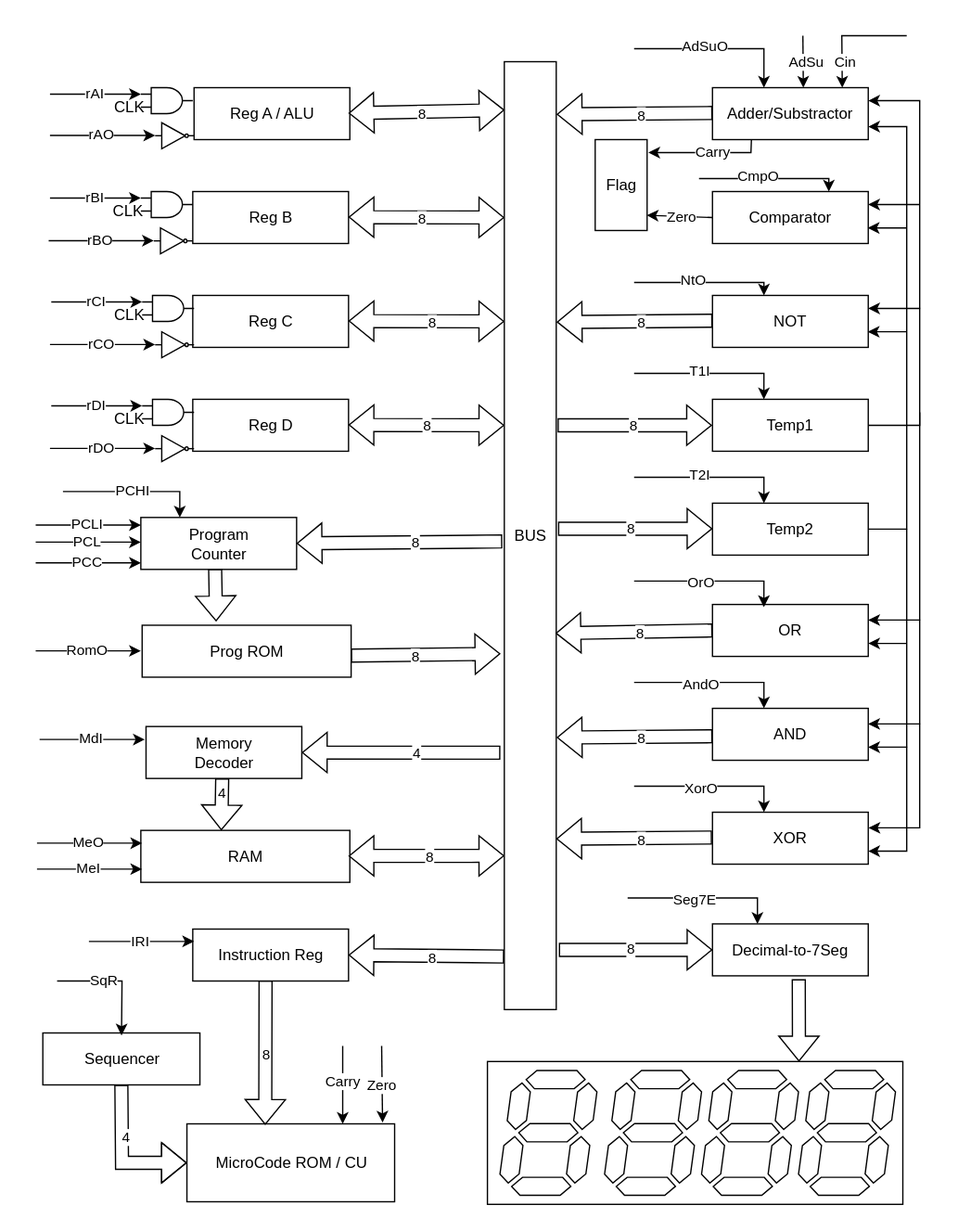
This is Images/BlockDiagram/TopLevelArchitecture.svg from arghyabi/Computer8Bit, a draw.io export, as it was before one commit. Source tidied: cells renumbered, new cells last; positions are measured from the earlier drawing's top-left corner, leaving out a move shared by most shapes.
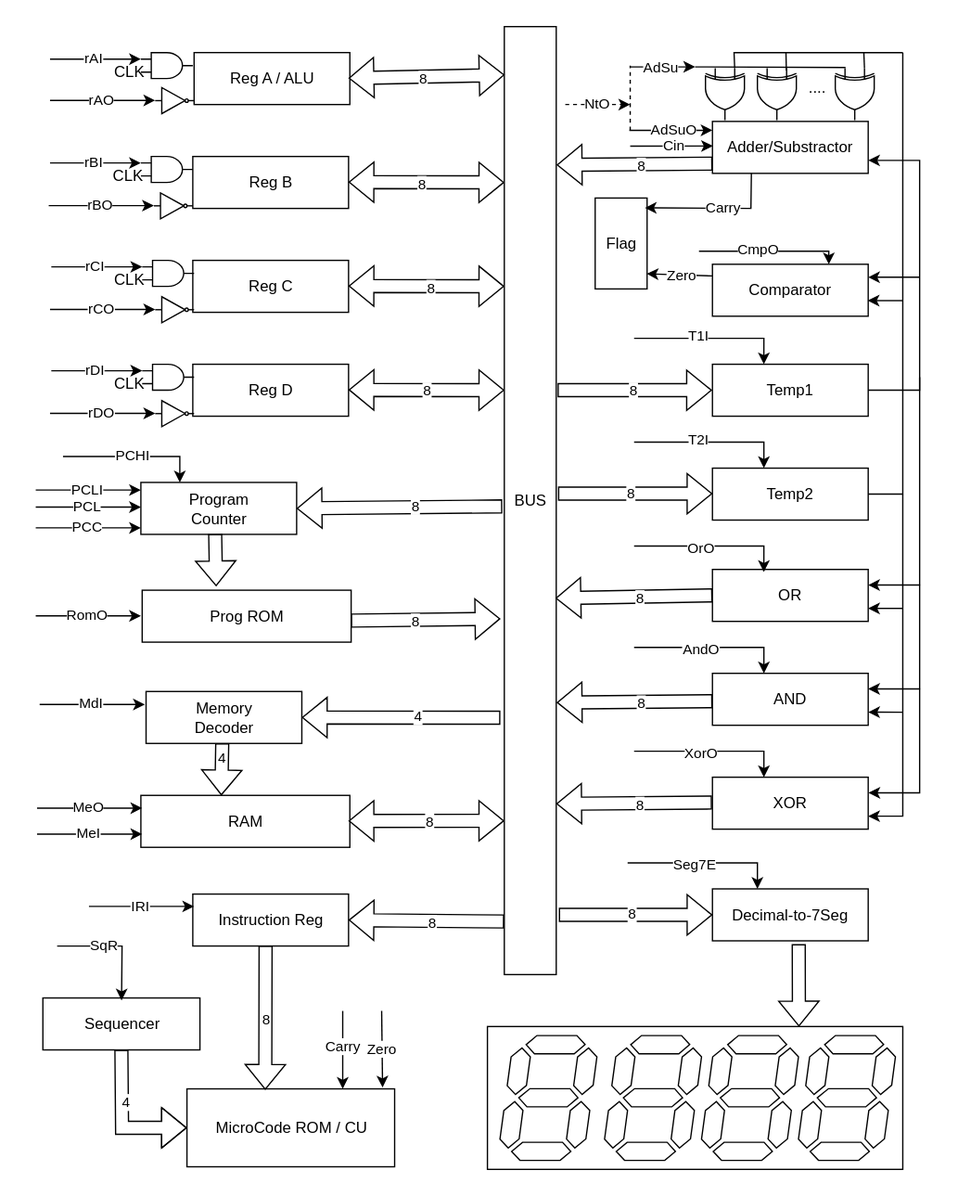
Above is the later version.

Commit message:
Update signalInfo doc and update block diagram for NtO signal (#55)

What changed in the source:
```diff
@@ -6,7 +6,7 @@
       <mxGeometry x="361" y="20" width="40" height="730" as="geometry" />
     </mxCell>
     <mxCell id="3" value="Adder/Substractor" style="rounded=0;whiteSpace=wrap;html=1;" parent="1" vertex="1">
-      <mxGeometry x="521.4" y="40" width="120" height="40" as="geometry" />
+      <mxGeometry x="521.4" y="93" width="120" height="40" as="geometry" />
     </mxCell>
     <mxCell id="4" value="Reg A / ALU" style="rounded=0;whiteSpace=wrap;html=1;" parent="1" vertex="1">
       <mxGeometry x="122" y="40" width="120" height="40" as="geometry" />
@@ -77,13 +77,12 @@
       <mxGeometry width="320" height="110" as="geometry" />
     </mxCell>
     <mxCell id="23" value="Flag" style="rounded=0;whiteSpace=wrap;html=1;" parent="1" vertex="1">
-      <mxGeometry x="431" y="80" width="40" height="70" as="geometry" />
+      <mxGeometry x="431" y="152" width="40" height="70" as="geometry" />
     </mxCell>
-    <mxCell id="24" style="endArrow=classic;html=1;rounded=0;exitX=0.25;exitY=1;exitDx=0;exitDy=0;" parent="1" edge="1" source="3">
+    <mxCell id="24" style="endArrow=classic;html=1;rounded=0;exitX=0.25;exitY=1;exitDx=0;exitDy=0;entryX=0.957;entryY=0.108;entryDx=0;entryDy=0;entryPerimeter=0;" parent="1" edge="1" source="3" target="23">
       <mxGeometry relative="1" as="geometry">
-        <mxPoint x="472" y="90" as="targetPoint" />
         <Array as="points">
-          <mxPoint x="551" y="90" />
+          <mxPoint x="551" y="160" />
         </Array>
       </mxGeometry>
     </mxCell>
@@ -125,17 +124,16 @@
       <mxGeometry x="-0.15" y="-1" relative="1" as="geometry" />
     </mxCell>
     <mxCell id="35" value="Comparator" style="rounded=0;whiteSpace=wrap;html=1;" parent="1" vertex="1">
-      <mxGeometry x="521.4" y="120" width="120" height="40" as="geometry" />
+      <mxGeometry x="521.4" y="203" width="120" height="40" as="geometry" />
     </mxCell>
-    <mxCell id="36" style="endArrow=classic;html=1;rounded=0;exitX=0;exitY=0.5;exitDx=0;exitDy=0;entryX=0.993;entryY=0.833;entryDx=0;entryDy=0;entryPerimeter=0;" parent="1" edge="1" source="35" target="23">
-      <mxGeometry relative="1" as="geometry" />
+    <mxCell id="36" style="endArrow=classic;html=1;rounded=0;exitX=0;exitY=0.5;exitDx=0;exitDy=0;entryX=0.993;entryY=0.833;entryDx=0;entryDy=0;entryPerimeter=0;" parent="1" edge="1" target="23">
+      <mxGeometry relative="1" as="geometry">
+        <mxPoint x="521.4" y="212" as="sourcePoint" />
+      </mxGeometry>
     </mxCell>
     <mxCell id="37" value="Zero" style="edgeLabel;html=1;align=center;verticalAlign=middle;" parent="36" vertex="1">
       <mxGeometry x="-0.02" y="-1" relative="1" as="geometry" />
     </mxCell>
-    <mxCell id="38" value="NOT" style="rounded=0;whiteSpace=wrap;html=1;" parent="1" vertex="1">
-      <mxGeometry x="521.4" y="200" width="120" height="40" as="geometry" />
-    </mxCell>
     <mxCell id="39" value="OR" style="rounded=0;whiteSpace=wrap;html=1;" parent="1" vertex="1">
       <mxGeometry x="521.4" y="438" width="120" height="40" as="geometry" />
     </mxCell>
@@ -233,40 +231,25 @@
     <mxCell id="60" value="MeI" style="edgeLabel;html=1;align=center;verticalAlign=middle;" parent="59" vertex="1">
       <mxGeometry x="-0.05" y="1" relative="1" as="geometry" />
     </mxCell>
-    <mxCell id="61" style="endArrow=classic;html=1;rounded=0;entryX=0.25;entryY=0;entryDx=0;entryDy=0;" parent="1" edge="1">
-      <mxGeometry relative="1" as="geometry">
-        <mxPoint x="591" as="sourcePoint" />
-        <mxPoint x="591.4" y="40" as="targetPoint" />
-      </mxGeometry>
-    </mxCell>
-    <mxCell id="62" value="AdSu" style="edgeLabel;html=1;align=center;verticalAlign=middle;" parent="61" vertex="1">
-      <mxGeometry x="-0.05" y="1" relative="1" as="geometry" />
-    </mxCell>
     <mxCell id="63" value="Temp1" style="rounded=0;whiteSpace=wrap;html=1;" parent="1" vertex="1">
       <mxGeometry x="521.4" y="280" width="120" height="40" as="geometry" />
     </mxCell>
     <mxCell id="64" value="Temp2" style="rounded=0;whiteSpace=wrap;html=1;" parent="1" vertex="1">
       <mxGeometry x="521.4" y="360" width="120" height="40" as="geometry" />
     </mxCell>
-    <mxCell id="65" style="endArrow=classic;html=1;rounded=0;exitX=1;exitY=0.5;exitDx=0;exitDy=0;entryX=1;entryY=0.25;entryDx=0;entryDy=0;" parent="1" edge="1" source="63" target="3">
+    <mxCell id="65" style="endArrow=classic;html=1;rounded=0;exitX=1;exitY=0.5;exitDx=0;exitDy=0;entryX=1;entryY=0.75;entryDx=0;entryDy=0;" parent="1" edge="1" source="63" target="3">
       <mxGeometry relative="1" as="geometry">
         <Array as="points">
           <mxPoint x="681" y="300" />
-          <mxPoint x="681" y="50" />
+          <mxPoint x="681" y="123" />
         </Array>
       </mxGeometry>
     </mxCell>
     <mxCell id="66" style="endArrow=classic;html=1;rounded=0;entryX=1;entryY=0.25;entryDx=0;entryDy=0;" parent="1" edge="1" target="35">
       <mxGeometry relative="1" as="geometry">
-        <mxPoint x="681" y="130" as="sourcePoint" />
+        <mxPoint x="681" y="213" as="sourcePoint" />
       </mxGeometry>
     </mxCell>
-    <mxCell id="67" style="endArrow=classic;html=1;rounded=0;entryX=1;entryY=0.25;entryDx=0;entryDy=0;" parent="1" edge="1">
-      <mxGeometry relative="1" as="geometry">
-        <mxPoint x="681.4" y="210" as="sourcePoint" />
-        <mxPoint x="641.4" y="210" as="targetPoint" />
-      </mxGeometry>
-    </mxCell>
     <mxCell id="68" style="endArrow=classic;html=1;rounded=0;entryX=1.002;entryY=0.301;entryDx=0;entryDy=0;entryPerimeter=0;" parent="1" edge="1" target="41">
       <mxGeometry relative="1" as="geometry">
         <mxPoint x="681" y="290" as="sourcePoint" />
@@ -287,14 +270,6 @@
         <mxPoint x="641.4" y="530" as="targetPoint" />
       </mxGeometry>
     </mxCell>
-    <mxCell id="71" style="endArrow=classic;html=1;rounded=0;exitX=1;exitY=0.5;exitDx=0;exitDy=0;entryX=1;entryY=0.75;entryDx=0;entryDy=0;" parent="1" edge="1" source="64" target="3">
-      <mxGeometry relative="1" as="geometry">
-        <Array as="points">
-          <mxPoint x="671" y="380" />
-          <mxPoint x="671" y="70" />
-        </Array>
-      </mxGeometry>
-    </mxCell>
     <mxCell id="72" style="shape=flexArrow;endArrow=classic;html=1;rounded=0;" parent="1" edge="1">
       <mxGeometry relative="1" as="geometry">
         <mxPoint x="402" y="300" as="sourcePoint" />
@@ -315,33 +290,27 @@
     </mxCell>
     <mxCell id="76" style="endArrow=classic;html=1;rounded=0;entryX=1;entryY=0.75;entryDx=0;entryDy=0;" parent="1" edge="1" target="41">
       <mxGeometry relative="1" as="geometry">
-        <mxPoint x="671" y="380" as="sourcePoint" />
+        <mxPoint x="668" y="380" as="sourcePoint" />
         <Array as="points">
-          <mxPoint x="671" y="628" />
+          <mxPoint x="668" y="628" />
         </Array>
       </mxGeometry>
     </mxCell>
     <mxCell id="77" style="endArrow=classic;html=1;rounded=0;entryX=1;entryY=0.75;entryDx=0;entryDy=0;" parent="1" edge="1" target="39">
       <mxGeometry relative="1" as="geometry">
-        <mxPoint x="671" y="468" as="sourcePoint" />
+        <mxPoint x="668" y="468" as="sourcePoint" />
       </mxGeometry>
     </mxCell>
     <mxCell id="78" style="endArrow=classic;html=1;rounded=0;entryX=1;entryY=0.75;entryDx=0;entryDy=0;" parent="1" edge="1">
       <mxGeometry relative="1" as="geometry">
-        <mxPoint x="671.4" y="547.9" as="sourcePoint" />
+        <mxPoint x="668" y="548" as="sourcePoint" />
         <mxPoint x="641.4" y="547.9" as="targetPoint" />
       </mxGeometry>
     </mxCell>
-    <mxCell id="79" style="endArrow=classic;html=1;rounded=0;entryX=1;entryY=0.75;entryDx=0;entryDy=0;" parent="1" edge="1">
-      <mxGeometry relative="1" as="geometry">
-        <mxPoint x="671" y="228" as="sourcePoint" />
-        <mxPoint x="641" y="228" as="targetPoint" />
-      </mxGeometry>
-    </mxCell>
     <mxCell id="80" style="endArrow=classic;html=1;rounded=0;entryX=1;entryY=0.75;entryDx=0;entryDy=0;" parent="1" edge="1">
       <mxGeometry relative="1" as="geometry">
-        <mxPoint x="671" y="148" as="sourcePoint" />
-        <mxPoint x="641" y="148" as="targetPoint" />
+        <mxPoint x="668" y="231" as="sourcePoint" />
+        <mxPoint x="641" y="231" as="targetPoint" />
       </mxGeometry>
     </mxCell>
     <mxCell id="81" style="shape=flexArrow;endArrow=classic;html=1;rounded=0;exitX=0;exitY=0.5;exitDx=0;exitDy=0;entryX=0.986;entryY=0.603;entryDx=0;entryDy=0;entryPerimeter=0;" parent="1" edge="1" source="39" target="2">
@@ -368,19 +337,10 @@
     <mxCell id="86" value="8" style="edgeLabel;html=1;align=center;verticalAlign=middle;" parent="85" vertex="1">
       <mxGeometry x="-0.07" y="1" relative="1" as="geometry" />
     </mxCell>
-    <mxCell id="87" style="shape=flexArrow;endArrow=classic;html=1;rounded=0;exitX=0;exitY=0.5;exitDx=0;exitDy=0;entryX=1.011;entryY=0.556;entryDx=0;entryDy=0;entryPerimeter=0;" parent="1" edge="1">
-      <mxGeometry relative="1" as="geometry">
-        <mxPoint x="521.4" y="219.5" as="sourcePoint" />
-        <mxPoint x="401.4" y="220.5" as="targetPoint" />
-      </mxGeometry>
-    </mxCell>
-    <mxCell id="88" value="8" style="edgeLabel;html=1;align=center;verticalAlign=middle;" parent="87" vertex="1">
-      <mxGeometry x="-0.07" y="1" relative="1" as="geometry" />
-    </mxCell>
     <mxCell id="89" style="shape=flexArrow;endArrow=classic;html=1;rounded=0;exitX=0;exitY=0.5;exitDx=0;exitDy=0;entryX=1.011;entryY=0.556;entryDx=0;entryDy=0;entryPerimeter=0;" parent="1" edge="1">
       <mxGeometry relative="1" as="geometry">
-        <mxPoint x="521.4" y="59.5" as="sourcePoint" />
-        <mxPoint x="401.4" y="60.5" as="targetPoint" />
+        <mxPoint x="521.4" y="125.5" as="sourcePoint" />
+        <mxPoint x="401.4" y="126.5" as="targetPoint" />
       </mxGeometry>
     </mxCell>
     <mxCell id="90" value="8" style="edgeLabel;html=1;align=center;verticalAlign=middle;" parent="89" vertex="1">
@@ -444,42 +404,18 @@
     <mxCell id="100" value="XorO" style="edgeLabel;html=1;align=center;verticalAlign=middle;" parent="99" vertex="1">
       <mxGeometry x="-0.16" y="-1" relative="1" as="geometry" />
     </mxCell>
-    <mxCell id="101" style="endArrow=classic;html=1;rounded=0;entryX=0.33;entryY=0;entryDx=0;entryDy=0;entryPerimeter=0;" parent="1" edge="1">
-      <mxGeometry relative="1" as="geometry">
-        <mxPoint x="461" y="190" as="sourcePoint" />
-        <mxPoint x="561" y="200" as="targetPoint" />
-        <Array as="points">
-          <mxPoint x="561" y="190" />
-        </Array>
-      </mxGeometry>
-    </mxCell>
-    <mxCell id="102" value="NtO" style="edgeLabel;html=1;align=center;verticalAlign=middle;" parent="101" vertex="1">
-      <mxGeometry x="-0.18" y="2" relative="1" as="geometry" />
-    </mxCell>
     <mxCell id="103" style="endArrow=classic;html=1;rounded=0;entryX=0.33;entryY=0;entryDx=0;entryDy=0;entryPerimeter=0;" parent="1" edge="1">
       <mxGeometry relative="1" as="geometry">
-        <mxPoint x="511" y="110" as="sourcePoint" />
-        <mxPoint x="611" y="120" as="targetPoint" />
+        <mxPoint x="511" y="193" as="sourcePoint" />
+        <mxPoint x="611" y="203" as="targetPoint" />
         <Array as="points">
-          <mxPoint x="611" y="110" />
+          <mxPoint x="611" y="193" />
         </Array>
       </mxGeometry>
     </mxCell>
     <mxCell id="104" value="CmpO" style="edgeLabel;html=1;align=center;verticalAlign=middle;" parent="103" vertex="1">
       <mxGeometry x="-0.18" y="2" relative="1" as="geometry" />
     </mxCell>
-    <mxCell id="105" style="endArrow=classic;html=1;rounded=0;entryX=0.33;entryY=0;entryDx=0;entryDy=0;entryPerimeter=0;" parent="1" edge="1">
-      <mxGeometry relative="1" as="geometry">
-        <mxPoint x="461" y="10" as="sourcePoint" />
-        <mxPoint x="561" y="40" as="targetPoint" />
-        <Array as="points">
-          <mxPoint x="561" y="10" />
-        </Array>
-      </mxGeometry>
-    </mxCell>
-    <mxCell id="106" value="AdSuO" style="edgeLabel;html=1;align=center;verticalAlign=middle;" parent="105" vertex="1">
-      <mxGeometry x="-0.18" y="2" relative="1" as="geometry" />
-    </mxCell>
     <mxCell id="107" style="endArrow=classic;html=1;rounded=0;entryX=0.33;entryY=0.05;entryDx=0;entryDy=0;entryPerimeter=0;" parent="1" edge="1">
       <mxGeometry relative="1" as="geometry">
         <mxPoint x="456" y="664" as="sourcePoint" />
@@ -514,18 +450,6 @@
         <mxPoint x="2" y="2" as="offset" />
       </mxGeometry>
     </mxCell>
-    <mxCell id="113" style="endArrow=classic;html=1;rounded=0;entryX=0.75;entryY=0;entryDx=0;entryDy=0;" parent="1" edge="1">
-      <mxGeometry relative="1" as="geometry">
-        <mxPoint x="671" as="sourcePoint" />
-        <mxPoint x="621.4" y="40" as="targetPoint" />
-        <Array as="points">
-          <mxPoint x="621" />
-        </Array>
-      </mxGeometry>
-    </mxCell>
-    <mxCell id="114" value="Cin" style="edgeLabel;html=1;align=center;verticalAlign=middle;" parent="113" vertex="1">
-      <mxGeometry x="0.56" y="1" relative="1" as="geometry" />
-    </mxCell>
     <mxCell id="115" style="verticalLabelPosition=bottom;shadow=0;dashed=0;align=center;html=1;verticalAlign=top;shape=mxgraph.electrical.logic_gates.logic_gate;operation=and;" parent="1" vertex="1">
       <mxGeometry x="81" y="40" width="40" height="20" as="geometry" />
     </mxCell>
@@ -701,5 +625,94 @@
     <mxCell id="161" value="PCLI" style="edgeLabel;html=1;align=center;verticalAlign=middle;" parent="160" vertex="1">
       <mxGeometry x="-0.05" y="1" relative="1" as="geometry" />
     </mxCell>
+    <mxCell id="162" style="verticalLabelPosition=bottom;shadow=0;dashed=0;align=center;html=1;verticalAlign=top;shape=mxgraph.electrical.logic_gates.logic_gate;operation=xor;rotation=90;" parent="1" vertex="1">
+      <mxGeometry x="511" y="57" width="40" height="30" as="geometry" />
+    </mxCell>
+    <mxCell id="163" style="verticalLabelPosition=bottom;shadow=0;dashed=0;align=center;html=1;verticalAlign=top;shape=mxgraph.electrical.logic_gates.logic_gate;operation=xor;rotation=90;" parent="1" vertex="1">
+      <mxGeometry x="551" y="57" width="40" height="30" as="geometry" />
+    </mxCell>
+    <mxCell id="164" style="verticalLabelPosition=bottom;shadow=0;dashed=0;align=center;html=1;verticalAlign=top;shape=mxgraph.electrical.logic_gates.logic_gate;operation=xor;rotation=90;" parent="1" vertex="1">
+      <mxGeometry x="611" y="57" width="40" height="30" as="geometry" />
+    </mxCell>
+    <mxCell id="165" value="...." style="text;html=1;align=center;verticalAlign=middle;whiteSpace=wrap;rounded=0;" parent="1" vertex="1">
+      <mxGeometry x="572" y="52" width="60" height="30" as="geometry" />
+    </mxCell>
+    <mxCell id="166" style="endArrow=none;html=1;rounded=0;exitX=1;exitY=0.5;exitDx=0;exitDy=0;" parent="1" edge="1" source="64">
+      <mxGeometry relative="1" as="geometry">
+        <mxPoint x="668" y="40" as="targetPoint" />
+        <Array as="points">
+          <mxPoint x="668" y="380" />
+        </Array>
+      </mxGeometry>
+    </mxCell>
+    <mxCell id="167" style="endArrow=none;html=1;rounded=0;exitX=0;exitY=0.25;exitDx=0;exitDy=0;exitPerimeter=0;" parent="1" edge="1" source="162">
+      <mxGeometry relative="1" as="geometry">
+        <mxPoint x="668" y="40" as="targetPoint" />
+        <Array as="points">
+          <mxPoint x="538" y="40" />
+        </Array>
+      </mxGeometry>
+    </mxCell>
+    <mxCell id="168" style="endArrow=none;html=1;rounded=0;entryX=0.105;entryY=0.059;entryDx=0;entryDy=0;entryPerimeter=0;" parent="1" edge="1" target="165">
+      <mxGeometry relative="1" as="geometry">
+        <mxPoint x="578" y="40" as="sourcePoint" />
+      </mxGeometry>
+    </mxCell>
+    <mxCell id="169" style="endArrow=none;html=1;rounded=0;exitX=0;exitY=0.25;exitDx=0;exitDy=0;exitPerimeter=0;" parent="1" edge="1" source="164">
+      <mxGeometry relative="1" as="geometry">
+        <mxPoint x="638" y="40" as="targetPoint" />
+      </mxGeometry>
+    </mxCell>
+    <mxCell id="170" style="endArrow=none;html=1;rounded=0;entryX=0.865;entryY=-0.017;entryDx=0;entryDy=0;entryPerimeter=0;" parent="1" edge="1" target="165">
+      <mxGeometry relative="1" as="geometry">
+        <mxPoint x="508" y="51" as="sourcePoint" />
+      </mxGeometry>
+    </mxCell>
+    <mxCell id="171" style="endArrow=classic;html=1;rounded=0;" parent="1" edge="1">
+      <mxGeometry relative="1" as="geometry">
+        <mxPoint x="458" y="51" as="sourcePoint" />
+        <mxPoint x="508" y="51" as="targetPoint" />
+      </mxGeometry>
+    </mxCell>
+    <mxCell id="62" value="AdSu" style="edgeLabel;html=1;align=center;verticalAlign=middle;" parent="171" vertex="1">
+      <mxGeometry x="0.36" relative="1" as="geometry">
+        <mxPoint x="-11" as="offset" />
+      </mxGeometry>
+    </mxCell>
+    <mxCell id="172" style="endArrow=classic;html=1;rounded=0;entryX=0.003;entryY=0.423;entryDx=0;entryDy=0;entryPerimeter=0;" parent="1" edge="1">
+      <mxGeometry relative="1" as="geometry">
+        <mxPoint x="458" y="112" as="sourcePoint" />
+        <mxPoint x="521.7" y="111.9" as="targetPoint" />
+      </mxGeometry>
+    </mxCell>
+    <mxCell id="114" value="Cin" style="edgeLabel;html=1;align=center;verticalAlign=middle;" parent="172" vertex="1">
+      <mxGeometry x="0.03" y="1" relative="1" as="geometry" />
+    </mxCell>
+    <mxCell id="173" style="endArrow=classic;html=1;rounded=0;entryX=0.003;entryY=0.423;entryDx=0;entryDy=0;entryPerimeter=0;" parent="1" edge="1">
+      <mxGeometry relative="1" as="geometry">
+        <mxPoint x="457.4" y="99.8" as="sourcePoint" />
+        <mxPoint x="521.4" y="99.8" as="targetPoint" />
+      </mxGeometry>
+    </mxCell>
+    <mxCell id="106" value="AdSuO" style="edgeLabel;html=1;align=center;verticalAlign=middle;" parent="173" vertex="1">
+      <mxGeometry x="0.03" y="1" relative="1" as="geometry" />
+    </mxCell>
+    <mxCell id="174" style="endArrow=classic;html=1;rounded=0;dashed=1;" parent="1" edge="1">
+      <mxGeometry relative="1" as="geometry">
+        <mxPoint x="408" y="80" as="sourcePoint" />
+        <mxPoint x="458" y="80" as="targetPoint" />
+      </mxGeometry>
+    </mxCell>
+    <mxCell id="102" value="NtO" style="edgeLabel;html=1;align=center;verticalAlign=middle;" parent="174" vertex="1">
+      <mxGeometry x="-0.4" relative="1" as="geometry">
+        <mxPoint x="8" y="-1" as="offset" />
+      </mxGeometry>
+    </mxCell>
+    <mxCell id="175" style="endArrow=none;html=1;rounded=0;dashed=1;" parent="1" edge="1">
+      <mxGeometry relative="1" as="geometry">
+        <mxPoint x="458" y="100" as="sourcePoint" />
+        <mxPoint x="458" y="50" as="targetPoint" />
+      </mxGeometry>
+    </mxCell>
   </root>
 </mxGraphModel>
```
